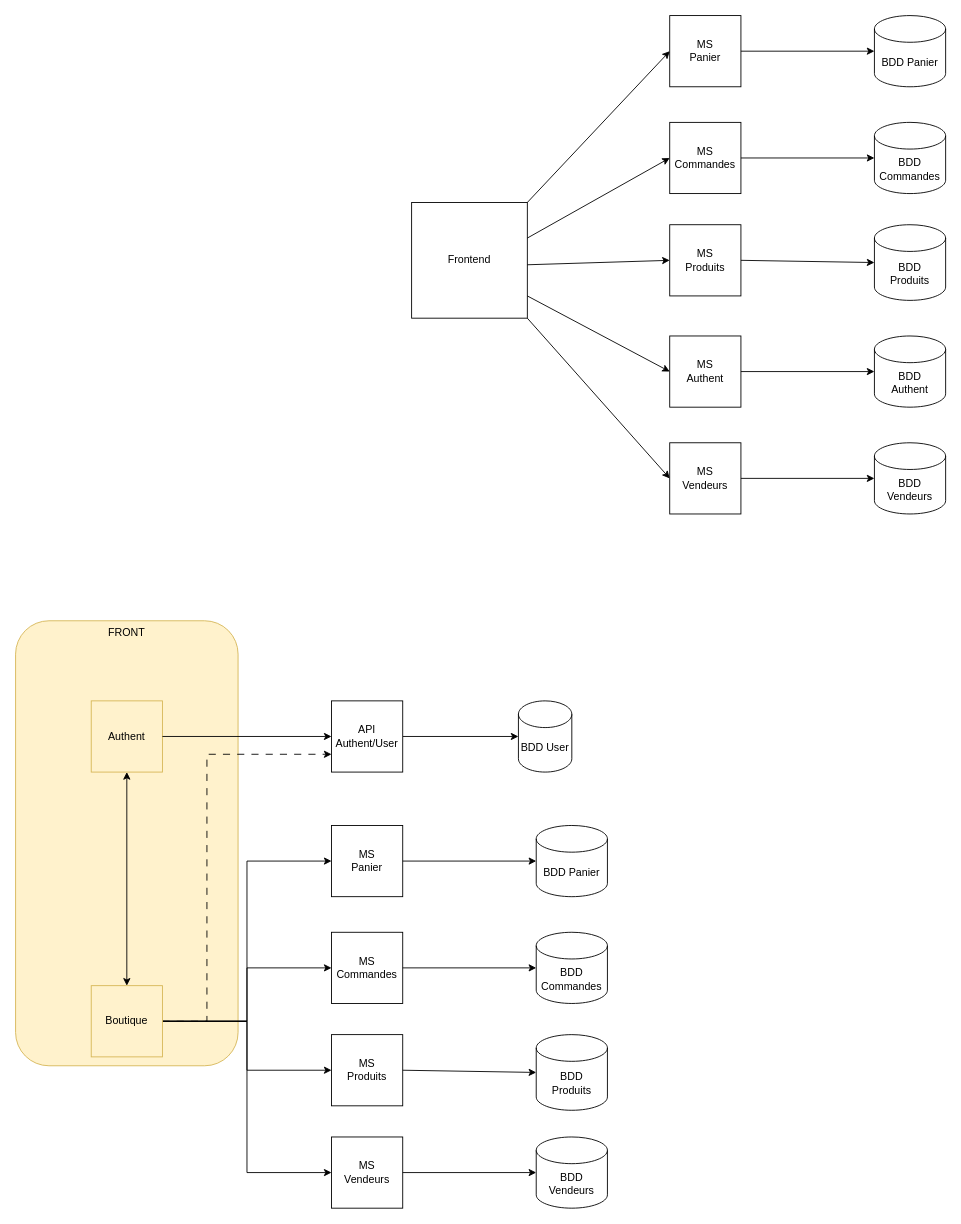
The draw.io diagram BDiscount.drawio in taobourmaud/BDiscount, before the edit. Source tidied: cells renumbered, new cells numbered last; positions are measured from the earlier drawing's top-left corner, leaving out a move shared by most shapes. Both pictures are drawn from the tidied source at 89%, with x=0, y=0 at pixel (15, 15).
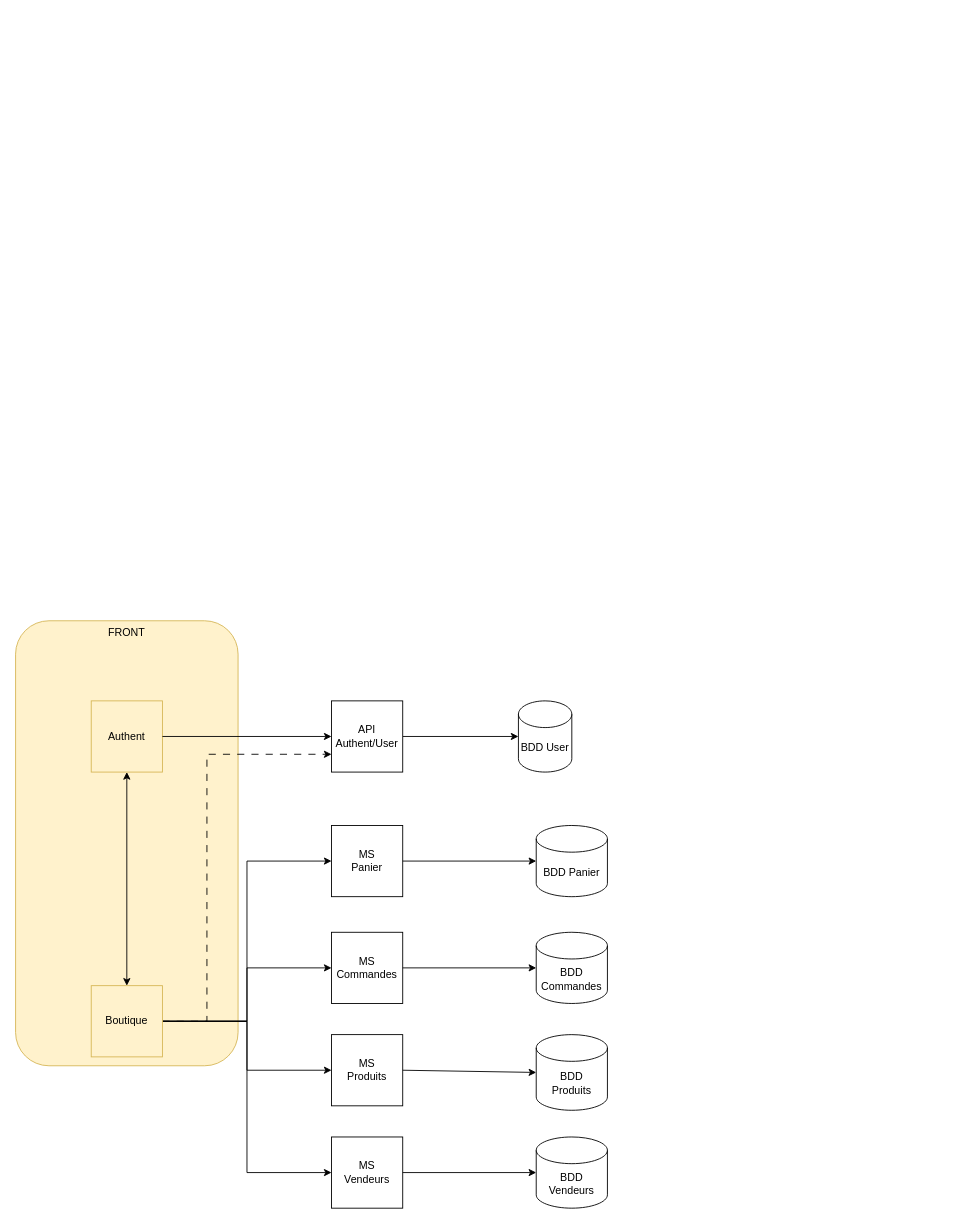
Above is the later version.

Commit message:
Mettre à jour BDiscount.drawio

What changed in the source:
```diff
@@
-    <mxCell id="3" value="Frontend" style="whiteSpace=wrap;html=1;" parent="1" vertex="1">
-      <mxGeometry x="445" y="210" width="130" height="130" as="geometry" />
-    </mxCell>
-    <mxCell id="4" value="MS&lt;br&gt;Authent" style="whiteSpace=wrap;html=1;" parent="1" vertex="1">
-      <mxGeometry x="735" y="360" width="80" height="80" as="geometry" />
-    </mxCell>
-    <mxCell id="5" value="MS&lt;br&gt;Produits" style="whiteSpace=wrap;html=1;" parent="1" vertex="1">
-      <mxGeometry x="735" y="235" width="80" height="80" as="geometry" />
-    </mxCell>
-    <mxCell id="6" value="MS&lt;br&gt;Commandes" style="whiteSpace=wrap;html=1;" parent="1" vertex="1">
-      <mxGeometry x="735" y="120" width="80" height="80" as="geometry" />
-    </mxCell>
-    <mxCell id="7" value="BDD Commandes" style="shape=cylinder3;whiteSpace=wrap;html=1;boundedLbl=1;backgroundOutline=1;size=15;" parent="1" vertex="1">
-      <mxGeometry x="965" y="120" width="80" height="80" as="geometry" />
-    </mxCell>
-    <mxCell id="8" value="BDD&lt;br&gt;Authent" style="shape=cylinder3;whiteSpace=wrap;html=1;boundedLbl=1;backgroundOutline=1;size=15;" parent="1" vertex="1">
-      <mxGeometry x="965" y="360" width="80" height="80" as="geometry" />
-    </mxCell>
-    <mxCell id="9" value="BDD&lt;br&gt;Produits" style="shape=cylinder3;whiteSpace=wrap;html=1;boundedLbl=1;backgroundOutline=1;size=15;" parent="1" vertex="1">
-      <mxGeometry x="965" y="235" width="80" height="85" as="geometry" />
-    </mxCell>
-    <mxCell id="10" style="endArrow=classic;html=1;rounded=0;entryX=0;entryY=0.5;entryDx=0;entryDy=0;" parent="1" edge="1" target="6">
-      <mxGeometry relative="1" as="geometry">
-        <mxPoint x="575" y="250" as="sourcePoint" />
-      </mxGeometry>
-    </mxCell>
-    <mxCell id="11" style="endArrow=classic;html=1;rounded=0;entryX=0;entryY=0.5;entryDx=0;entryDy=0;" parent="1" edge="1" target="5">
-      <mxGeometry relative="1" as="geometry">
-        <mxPoint x="575" y="280" as="sourcePoint" />
-      </mxGeometry>
-    </mxCell>
-    <mxCell id="12" style="endArrow=classic;html=1;rounded=0;entryX=0;entryY=0.5;entryDx=0;entryDy=0;" parent="1" edge="1" target="4">
-      <mxGeometry relative="1" as="geometry">
-        <mxPoint x="575" y="315" as="sourcePoint" />
-      </mxGeometry>
-    </mxCell>
-    <mxCell id="13" style="endArrow=classic;html=1;rounded=0;entryX=0;entryY=0.5;entryDx=0;entryDy=0;entryPerimeter=0;" parent="1" edge="1" target="7">
-      <mxGeometry relative="1" as="geometry">
-        <mxPoint x="815" y="160" as="sourcePoint" />
-      </mxGeometry>
-    </mxCell>
-    <mxCell id="14" style="endArrow=classic;html=1;rounded=0;exitX=1;exitY=0.5;exitDx=0;exitDy=0;entryX=0;entryY=0.5;entryDx=0;entryDy=0;entryPerimeter=0;" parent="1" edge="1" source="5" target="9">
-      <mxGeometry relative="1" as="geometry" />
-    </mxCell>
-    <mxCell id="15" style="endArrow=classic;html=1;rounded=0;entryX=0;entryY=0.5;entryDx=0;entryDy=0;entryPerimeter=0;" parent="1" edge="1" target="8">
-      <mxGeometry relative="1" as="geometry">
-        <mxPoint x="815" y="400" as="sourcePoint" />
-      </mxGeometry>
-    </mxCell>
-    <mxCell id="16" value="MS&lt;br&gt;Panier" style="whiteSpace=wrap;html=1;" parent="1" vertex="1">
-      <mxGeometry x="735" width="80" height="80" as="geometry" />
-    </mxCell>
-    <mxCell id="17" value="BDD Panier" style="shape=cylinder3;whiteSpace=wrap;html=1;boundedLbl=1;backgroundOutline=1;size=15;" parent="1" vertex="1">
-      <mxGeometry x="965" width="80" height="80" as="geometry" />
-    </mxCell>
-    <mxCell id="18" style="endArrow=classic;html=1;rounded=0;entryX=0;entryY=0.5;entryDx=0;entryDy=0;entryPerimeter=0;" parent="1" edge="1" target="17">
-      <mxGeometry relative="1" as="geometry">
-        <mxPoint x="815" y="40" as="sourcePoint" />
-      </mxGeometry>
-    </mxCell>
-    <mxCell id="19" style="endArrow=classic;html=1;rounded=0;exitX=1;exitY=0;exitDx=0;exitDy=0;entryX=0;entryY=0.5;entryDx=0;entryDy=0;" parent="1" edge="1" source="3" target="16">
-      <mxGeometry relative="1" as="geometry" />
-    </mxCell>
-    <mxCell id="20" value="MS&lt;br&gt;Vendeurs" style="whiteSpace=wrap;html=1;" parent="1" vertex="1">
-      <mxGeometry x="735" y="480" width="80" height="80" as="geometry" />
-    </mxCell>
-    <mxCell id="21" value="BDD&lt;br&gt;Vendeurs" style="shape=cylinder3;whiteSpace=wrap;html=1;boundedLbl=1;backgroundOutline=1;size=15;" parent="1" vertex="1">
-      <mxGeometry x="965" y="480" width="80" height="80" as="geometry" />
-    </mxCell>
-    <mxCell id="22" style="endArrow=classic;html=1;rounded=0;entryX=0;entryY=0.5;entryDx=0;entryDy=0;entryPerimeter=0;" parent="1" edge="1" target="21">
-      <mxGeometry relative="1" as="geometry">
-        <mxPoint x="815" y="520" as="sourcePoint" />
-      </mxGeometry>
-    </mxCell>
-    <mxCell id="23" style="endArrow=classic;html=1;rounded=0;exitX=1;exitY=1;exitDx=0;exitDy=0;entryX=0;entryY=0.5;entryDx=0;entryDy=0;" parent="1" edge="1" source="3" target="20">
-      <mxGeometry relative="1" as="geometry" />
-    </mxCell>
```
